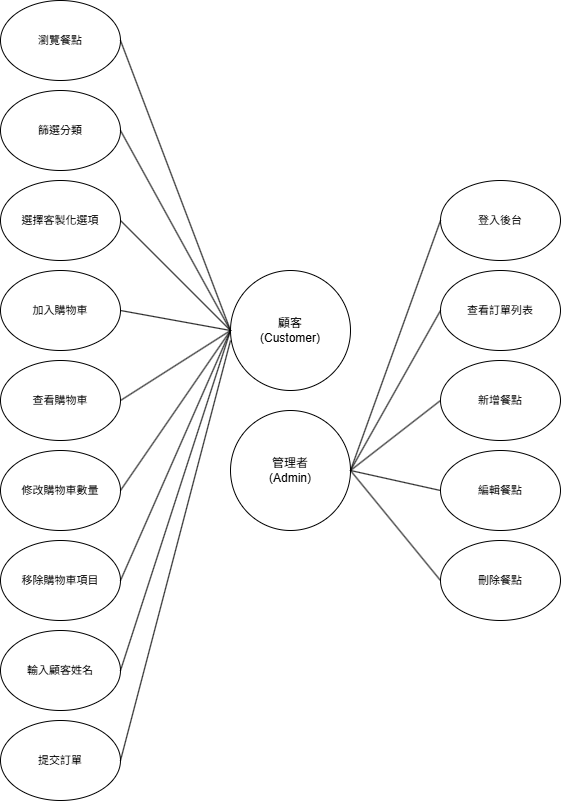
yuchen69/ordering-system keeps this draw.io diagram as documents/Use-Case Diagram.drawio.png. Above is the earlier version. Source tidied: cells renumbered, new cells last; positions are measured from the earlier drawing's top-left corner, leaving out a move shared by most shapes.
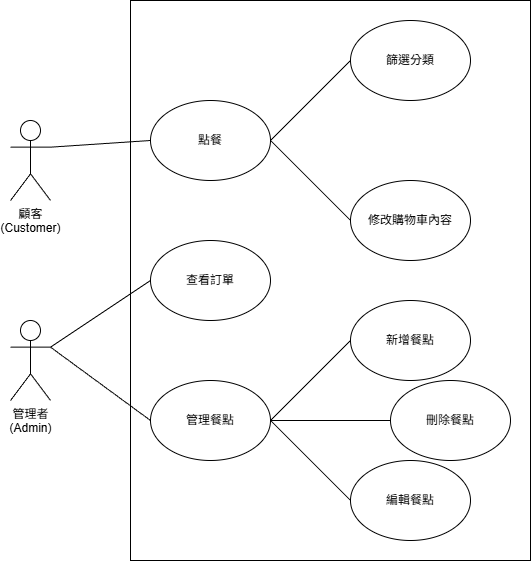
The same diagram one commit later.

Change to the diagram source:
```diff
@@ -2,149 +2,64 @@
   <root>
     <mxCell id="0" />
     <mxCell id="1" parent="0" />
-    <mxCell id="2" style="ellipse;whiteSpace=wrap;html=1;" parent="1" vertex="1">
-      <mxGeometry x="230" y="270" width="120" height="120" as="geometry" />
-    </mxCell>
-    <mxCell id="3" value="顧客&#10;(Customer)" style="text;whiteSpace=wrap;fontSize=12;align=center;verticalAlign=middle;" parent="1" vertex="1">
-      <mxGeometry x="235" y="310" width="110" height="40" as="geometry" />
+    <mxCell id="3" value="&lt;span style=&quot;text-wrap-mode: wrap;&quot;&gt;顧客&lt;/span&gt;&lt;br style=&quot;padding: 0px; margin: 0px; text-wrap-mode: wrap;&quot;&gt;&lt;span style=&quot;text-wrap-mode: wrap;&quot;&gt;(Customer)&lt;/span&gt;" style="shape=umlActor;verticalLabelPosition=bottom;verticalAlign=top;html=1;outlineConnect=0;" parent="1" vertex="1">
+      <mxGeometry x="40" y="200" width="40" height="80" as="geometry" />
     </mxCell>
-    <mxCell id="4" style="ellipse;whiteSpace=wrap;html=1;" parent="1" vertex="1">
-      <mxGeometry width="120" height="80" as="geometry" />
-    </mxCell>
-    <mxCell id="5" value="瀏覽餐點" style="text;whiteSpace=wrap;align=center;verticalAlign=middle;fontSize=11;" parent="1" vertex="1">
-      <mxGeometry x="20" y="20" width="80" height="40" as="geometry" />
-    </mxCell>
-    <mxCell id="6" style="ellipse;whiteSpace=wrap;html=1;" parent="1" vertex="1">
-      <mxGeometry y="90" width="120" height="80" as="geometry" />
-    </mxCell>
+    <mxCell id="19" value="&lt;span style=&quot;text-wrap-mode: wrap;&quot;&gt;管理者&lt;/span&gt;&lt;br style=&quot;padding: 0px; margin: 0px; text-wrap-mode: wrap;&quot;&gt;&lt;span style=&quot;text-wrap-mode: wrap;&quot;&gt;(Admin)&lt;/span&gt;" style="shape=umlActor;verticalLabelPosition=bottom;verticalAlign=top;html=1;outlineConnect=0;" parent="1" vertex="1">
+      <mxGeometry x="40" y="400" width="40" height="80" as="geometry" />
+    </mxCell>
+    <mxCell id="48" style="rounded=0;whiteSpace=wrap;html=1;fillColor=none;" parent="1" vertex="1">
+      <mxGeometry x="160" y="80" width="400" height="560" as="geometry" />
+    </mxCell>
+    <mxCell id="49" value="管理餐點" style="ellipse;whiteSpace=wrap;html=1;fillColor=none;" parent="1" vertex="1">
+      <mxGeometry x="180" y="460" width="120" height="80" as="geometry" />
+    </mxCell>
+    <mxCell id="50" value="點餐" style="ellipse;whiteSpace=wrap;html=1;fillColor=none;" parent="1" vertex="1">
+      <mxGeometry x="180" y="180" width="120" height="80" as="geometry" />
+    </mxCell>
+    <mxCell id="51" value="查看訂單" style="ellipse;whiteSpace=wrap;html=1;fillColor=none;" parent="1" vertex="1">
+      <mxGeometry x="180" y="320" width="120" height="80" as="geometry" />
+    </mxCell>
+    <mxCell id="41" value="新增餐點" style="ellipse;whiteSpace=wrap;html=1;fillColor=none;" parent="1" vertex="1">
+      <mxGeometry x="380" y="380" width="120" height="80" as="geometry" />
+    </mxCell>
+    <mxCell id="37" value="編輯餐點" style="ellipse;whiteSpace=wrap;html=1;fillColor=none;" parent="1" vertex="1">
+      <mxGeometry x="380" y="540" width="120" height="80" as="geometry" />
+    </mxCell>
+    <mxCell id="39" value="刪除餐點" style="ellipse;whiteSpace=wrap;html=1;fillColor=none;" parent="1" vertex="1">
+      <mxGeometry x="420" y="460" width="120" height="80" as="geometry" />
+    </mxCell>
+    <mxCell id="52" style="endArrow=none;html=1;rounded=0;exitX=1;exitY=0.5;exitDx=0;exitDy=0;entryX=0;entryY=0.5;entryDx=0;entryDy=0;" parent="1" edge="1" source="49" target="41">
+      <mxGeometry relative="1" as="geometry" />
+    </mxCell>
+    <mxCell id="53" style="endArrow=none;html=1;rounded=0;entryX=0;entryY=0.5;entryDx=0;entryDy=0;exitX=1;exitY=0.5;exitDx=0;exitDy=0;" parent="1" edge="1" source="49" target="39">
+      <mxGeometry relative="1" as="geometry" />
+    </mxCell>
+    <mxCell id="54" style="endArrow=none;html=1;rounded=0;entryX=0;entryY=0.5;entryDx=0;entryDy=0;" parent="1" edge="1" target="37">
+      <mxGeometry relative="1" as="geometry">
+        <mxPoint x="300" y="500" as="sourcePoint" />
+      </mxGeometry>
+    </mxCell>
-    <mxCell id="7" value="篩選分類" style="text;whiteSpace=wrap;align=center;verticalAlign=middle;fontSize=11;" parent="1" vertex="1">
-      <mxGeometry x="20" y="110" width="80" height="40" as="geometry" />
+    <mxCell id="7" value="篩選分類" style="ellipse;whiteSpace=wrap;html=1;fillColor=none;" parent="1" vertex="1">
+      <mxGeometry x="380" y="100" width="120" height="80" as="geometry" />
     </mxCell>
-    <mxCell id="8" style="ellipse;whiteSpace=wrap;html=1;" parent="1" vertex="1">
-      <mxGeometry y="180" width="120" height="80" as="geometry" />
-    </mxCell>
-    <mxCell id="9" value="選擇客製化選項" style="text;whiteSpace=wrap;align=center;verticalAlign=middle;fontSize=11;" parent="1" vertex="1">
-      <mxGeometry x="20" y="200" width="80" height="40" as="geometry" />
-    </mxCell>
-    <mxCell id="10" style="ellipse;whiteSpace=wrap;html=1;" parent="1" vertex="1">
-      <mxGeometry y="270" width="120" height="80" as="geometry" />
-    </mxCell>
-    <mxCell id="11" value="加入購物車" style="text;whiteSpace=wrap;align=center;verticalAlign=middle;fontSize=11;" parent="1" vertex="1">
-      <mxGeometry x="20" y="290" width="80" height="40" as="geometry" />
-    </mxCell>
-    <mxCell id="12" style="ellipse;whiteSpace=wrap;html=1;" parent="1" vertex="1">
-      <mxGeometry y="360" width="120" height="80" as="geometry" />
-    </mxCell>
-    <mxCell id="13" value="查看購物車" style="text;whiteSpace=wrap;align=center;verticalAlign=middle;fontSize=11;" parent="1" vertex="1">
-      <mxGeometry x="20" y="380" width="80" height="40" as="geometry" />
-    </mxCell>
-    <mxCell id="14" style="ellipse;whiteSpace=wrap;html=1;" parent="1" vertex="1">
-      <mxGeometry y="450" width="120" height="80" as="geometry" />
-    </mxCell>
-    <mxCell id="15" value="修改購物車數量" style="text;whiteSpace=wrap;align=center;verticalAlign=middle;fontSize=11;" parent="1" vertex="1">
-      <mxGeometry x="20" y="470" width="80" height="40" as="geometry" />
-    </mxCell>
-    <mxCell id="16" style="ellipse;whiteSpace=wrap;html=1;" parent="1" vertex="1">
-      <mxGeometry y="540" width="120" height="80" as="geometry" />
-    </mxCell>
-    <mxCell id="17" value="移除購物車項目" style="text;whiteSpace=wrap;align=center;verticalAlign=middle;fontSize=11;" parent="1" vertex="1">
-      <mxGeometry x="20" y="560" width="80" height="40" as="geometry" />
-    </mxCell>
-    <mxCell id="18" style="ellipse;whiteSpace=wrap;html=1;" parent="1" vertex="1">
-      <mxGeometry x="230" y="410" width="120" height="120" as="geometry" />
-    </mxCell>
-    <mxCell id="19" value="管理者&#10;(Admin)" style="text;whiteSpace=wrap;fontSize=12;align=center;verticalAlign=middle;fontColor=light-dark(#000000,#FFFFFF);" parent="1" vertex="1">
-      <mxGeometry x="235" y="450" width="110" height="40" as="geometry" />
-    </mxCell>
-    <mxCell id="20" style="ellipse;whiteSpace=wrap;html=1;" parent="1" vertex="1">
-      <mxGeometry y="630" width="120" height="80" as="geometry" />
-    </mxCell>
-    <mxCell id="21" value="輸入顧客姓名" style="text;whiteSpace=wrap;align=center;verticalAlign=middle;fontSize=11;" parent="1" vertex="1">
-      <mxGeometry x="20" y="650" width="80" height="40" as="geometry" />
-    </mxCell>
-    <mxCell id="22" style="ellipse;whiteSpace=wrap;html=1;" parent="1" vertex="1">
-      <mxGeometry y="720" width="120" height="80" as="geometry" />
-    </mxCell>
-    <mxCell id="23" value="提交訂單" style="text;whiteSpace=wrap;align=center;verticalAlign=middle;fontSize=11;" parent="1" vertex="1">
-      <mxGeometry x="20" y="740" width="80" height="40" as="geometry" />
-    </mxCell>
-    <mxCell id="24" style="endArrow=none;html=1;rounded=0;entryX=1;entryY=0.5;entryDx=0;entryDy=0;" parent="1" edge="1" target="22">
-      <mxGeometry relative="1" as="geometry">
-        <mxPoint x="230" y="340" as="sourcePoint" />
-      </mxGeometry>
-    </mxCell>
-    <mxCell id="25" style="endArrow=none;html=1;rounded=0;exitX=0;exitY=0.5;exitDx=0;exitDy=0;entryX=1;entryY=0.5;entryDx=0;entryDy=0;" parent="1" edge="1" source="2" target="4">
-      <mxGeometry relative="1" as="geometry" />
-    </mxCell>
-    <mxCell id="26" style="endArrow=none;html=1;rounded=0;exitX=1;exitY=0.5;exitDx=0;exitDy=0;entryX=0;entryY=0.5;entryDx=0;entryDy=0;" parent="1" edge="1" source="6" target="2">
-      <mxGeometry relative="1" as="geometry" />
-    </mxCell>
-    <mxCell id="27" style="endArrow=none;html=1;rounded=0;entryX=1;entryY=0.5;entryDx=0;entryDy=0;exitX=0;exitY=0.5;exitDx=0;exitDy=0;" parent="1" edge="1" source="2" target="8">
-      <mxGeometry relative="1" as="geometry" />
-    </mxCell>
-    <mxCell id="28" style="endArrow=none;html=1;rounded=0;exitX=0;exitY=0.5;exitDx=0;exitDy=0;entryX=1;entryY=0.5;entryDx=0;entryDy=0;" parent="1" edge="1" source="2" target="10">
-      <mxGeometry relative="1" as="geometry" />
-    </mxCell>
-    <mxCell id="29" style="endArrow=none;html=1;rounded=0;entryX=1;entryY=0.5;entryDx=0;entryDy=0;" parent="1" edge="1" target="12">
-      <mxGeometry relative="1" as="geometry">
-        <mxPoint x="230" y="330" as="sourcePoint" />
-      </mxGeometry>
-    </mxCell>
-    <mxCell id="30" style="endArrow=none;html=1;rounded=0;entryX=1;entryY=0.5;entryDx=0;entryDy=0;exitX=0;exitY=0.5;exitDx=0;exitDy=0;" parent="1" edge="1" source="2" target="16">
-      <mxGeometry relative="1" as="geometry" />
-    </mxCell>
-    <mxCell id="31" style="endArrow=none;html=1;rounded=0;entryX=1;entryY=0.5;entryDx=0;entryDy=0;exitX=0;exitY=0.5;exitDx=0;exitDy=0;" parent="1" edge="1" source="2" target="20">
-      <mxGeometry relative="1" as="geometry" />
-    </mxCell>
-    <mxCell id="32" style="ellipse;whiteSpace=wrap;html=1;" parent="1" vertex="1">
-      <mxGeometry x="440" y="180" width="120" height="80" as="geometry" />
-    </mxCell>
-    <mxCell id="33" value="登入後台" style="text;whiteSpace=wrap;align=center;verticalAlign=middle;fontSize=11;" parent="1" vertex="1">
-      <mxGeometry x="460" y="200" width="80" height="40" as="geometry" />
-    </mxCell>
-    <mxCell id="34" style="ellipse;whiteSpace=wrap;html=1;" parent="1" vertex="1">
-      <mxGeometry x="440" y="270" width="120" height="80" as="geometry" />
-    </mxCell>
-    <mxCell id="35" value="查看訂單列表" style="text;whiteSpace=wrap;align=center;verticalAlign=middle;fontSize=11;" parent="1" vertex="1">
-      <mxGeometry x="460" y="290" width="80" height="40" as="geometry" />
-    </mxCell>
-    <mxCell id="36" style="ellipse;whiteSpace=wrap;html=1;" parent="1" vertex="1">
-      <mxGeometry x="440" y="450" width="120" height="80" as="geometry" />
-    </mxCell>
-    <mxCell id="37" value="編輯餐點" style="text;whiteSpace=wrap;align=center;verticalAlign=middle;fontSize=11;" parent="1" vertex="1">
-      <mxGeometry x="460" y="470" width="80" height="40" as="geometry" />
-    </mxCell>
-    <mxCell id="38" style="ellipse;whiteSpace=wrap;html=1;" parent="1" vertex="1">
-      <mxGeometry x="440" y="540" width="120" height="80" as="geometry" />
-    </mxCell>
-    <mxCell id="39" value="刪除餐點" style="text;whiteSpace=wrap;align=center;verticalAlign=middle;fontSize=11;" parent="1" vertex="1">
-      <mxGeometry x="460" y="560" width="80" height="40" as="geometry" />
-    </mxCell>
-    <mxCell id="40" style="ellipse;whiteSpace=wrap;html=1;" parent="1" vertex="1">
-      <mxGeometry x="440" y="360" width="120" height="80" as="geometry" />
-    </mxCell>
-    <mxCell id="41" value="新增餐點" style="text;whiteSpace=wrap;align=center;verticalAlign=middle;fontSize=11;" parent="1" vertex="1">
-      <mxGeometry x="460" y="380" width="80" height="40" as="geometry" />
-    </mxCell>
-    <mxCell id="42" style="endArrow=none;html=1;rounded=0;exitX=1;exitY=0.5;exitDx=0;exitDy=0;" parent="1" edge="1" source="14">
-      <mxGeometry relative="1" as="geometry">
-        <mxPoint x="230" y="330" as="targetPoint" />
-      </mxGeometry>
-    </mxCell>
-    <mxCell id="43" style="endArrow=none;html=1;rounded=0;exitX=1;exitY=0.5;exitDx=0;exitDy=0;entryX=0;entryY=0.5;entryDx=0;entryDy=0;" parent="1" edge="1" source="18" target="38">
-      <mxGeometry relative="1" as="geometry" />
-    </mxCell>
-    <mxCell id="44" style="endArrow=none;html=1;rounded=0;exitX=1;exitY=0.5;exitDx=0;exitDy=0;entryX=0;entryY=0.5;entryDx=0;entryDy=0;" parent="1" edge="1" source="18" target="36">
-      <mxGeometry relative="1" as="geometry" />
-    </mxCell>
-    <mxCell id="45" style="endArrow=none;html=1;rounded=0;exitX=1;exitY=0.5;exitDx=0;exitDy=0;entryX=0;entryY=0.5;entryDx=0;entryDy=0;" parent="1" edge="1" source="18" target="40">
-      <mxGeometry relative="1" as="geometry" />
-    </mxCell>
-    <mxCell id="46" style="endArrow=none;html=1;rounded=0;exitX=1;exitY=0.5;exitDx=0;exitDy=0;entryX=0;entryY=0.5;entryDx=0;entryDy=0;" parent="1" edge="1" source="18" target="34">
-      <mxGeometry relative="1" as="geometry" />
-    </mxCell>
-    <mxCell id="47" style="endArrow=none;html=1;rounded=0;exitX=1;exitY=0.5;exitDx=0;exitDy=0;entryX=0;entryY=0.5;entryDx=0;entryDy=0;" parent="1" edge="1" source="18" target="32">
-      <mxGeometry relative="1" as="geometry" />
-    </mxCell>
+    <mxCell id="55" value="修改購物車內容" style="ellipse;whiteSpace=wrap;html=1;fillColor=none;" parent="1" vertex="1">
+      <mxGeometry x="380" y="260" width="120" height="80" as="geometry" />
+    </mxCell>
+    <mxCell id="56" style="endArrow=none;html=1;rounded=0;entryX=0;entryY=0.5;entryDx=0;entryDy=0;exitX=1;exitY=0.5;exitDx=0;exitDy=0;" parent="1" edge="1" source="50" target="7">
+      <mxGeometry relative="1" as="geometry" />
+    </mxCell>
+    <mxCell id="57" style="endArrow=none;html=1;rounded=0;entryX=0;entryY=0.5;entryDx=0;entryDy=0;exitX=1;exitY=0.5;exitDx=0;exitDy=0;" parent="1" edge="1" source="50" target="55">
+      <mxGeometry relative="1" as="geometry" />
+    </mxCell>
+    <mxCell id="58" style="endArrow=none;html=1;rounded=0;entryX=0;entryY=0.5;entryDx=0;entryDy=0;exitX=1;exitY=0.3333333333333333;exitDx=0;exitDy=0;exitPerimeter=0;" parent="1" edge="1" source="3" target="50">
+      <mxGeometry relative="1" as="geometry" />
+    </mxCell>
+    <mxCell id="59" style="endArrow=none;html=1;rounded=0;entryX=0;entryY=0.5;entryDx=0;entryDy=0;exitX=1;exitY=0.3333333333333333;exitDx=0;exitDy=0;exitPerimeter=0;" parent="1" edge="1" source="19" target="51">
+      <mxGeometry relative="1" as="geometry" />
+    </mxCell>
+    <mxCell id="60" style="endArrow=none;html=1;rounded=0;exitX=1;exitY=0.3333333333333333;exitDx=0;exitDy=0;exitPerimeter=0;entryX=0;entryY=0.5;entryDx=0;entryDy=0;" parent="1" edge="1" source="19" target="49">
+      <mxGeometry relative="1" as="geometry" />
+    </mxCell>
   </root>
 </mxGraphModel>
```
